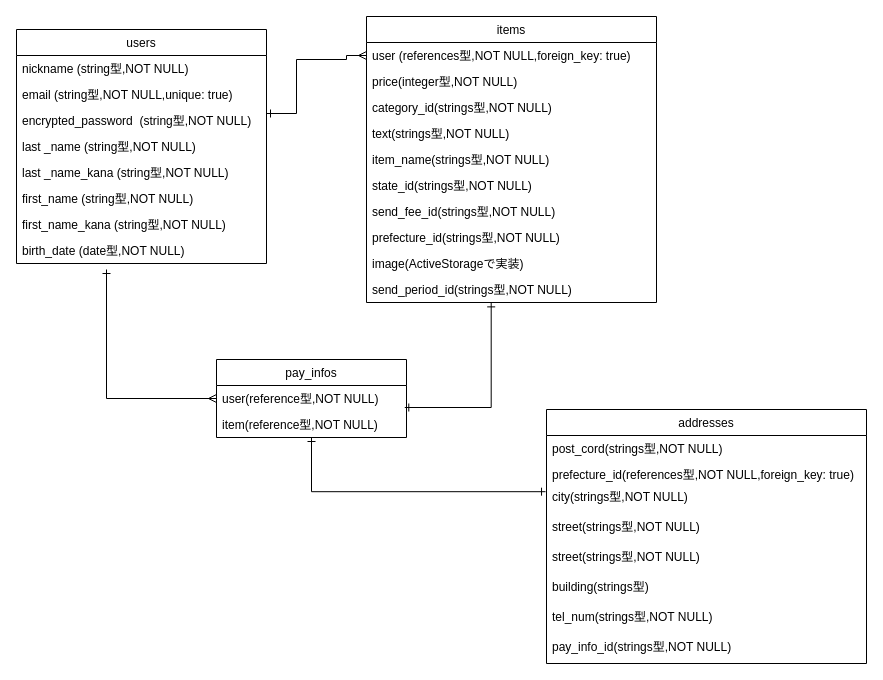
Above: furima.dio in shingoishimura/furima-33484 (draw.io), before the change. Source tidied: cells renumbered, new cells numbered last; positions are measured from the earlier drawing's top-left corner, leaving out a move shared by most shapes. Both pictures are drawn from the tidied source at 100%, with x=0, y=0 at pixel (16, 16).
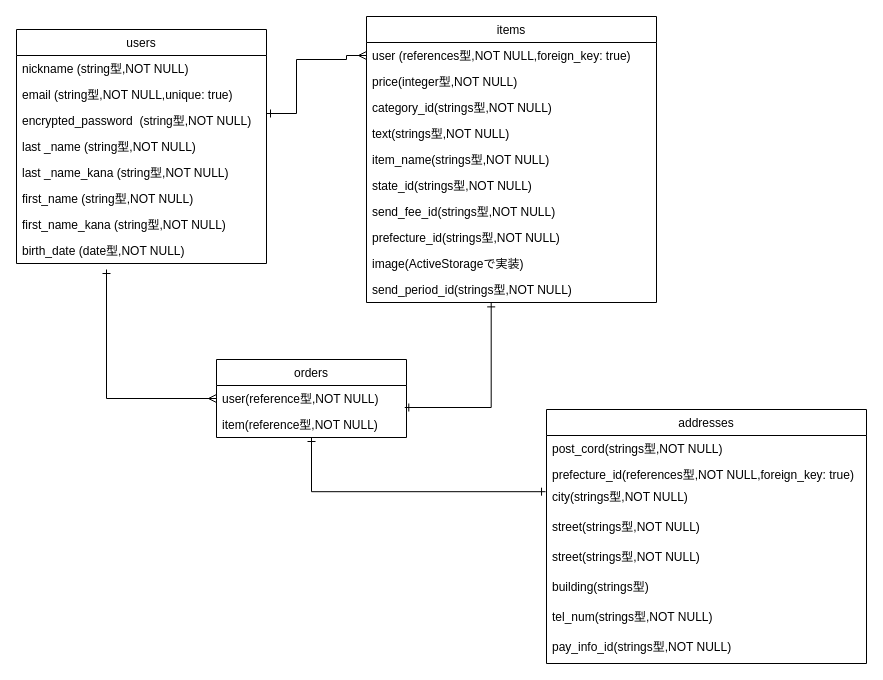
The same page after the edit.

Change to the diagram source:
```diff
@@
-    <mxCell id="22" value="pay_infos" style="swimlane;fontStyle=0;horizontal=1;startSize=26;fillColor=none;" parent="1" vertex="1">
+    <mxCell id="22" value="orders" style="swimlane;fontStyle=0;horizontal=1;startSize=26;fillColor=none;" parent="1" vertex="1">
       <mxGeometry x="200" y="343" width="190" height="78" as="geometry" />
     </mxCell>
```
